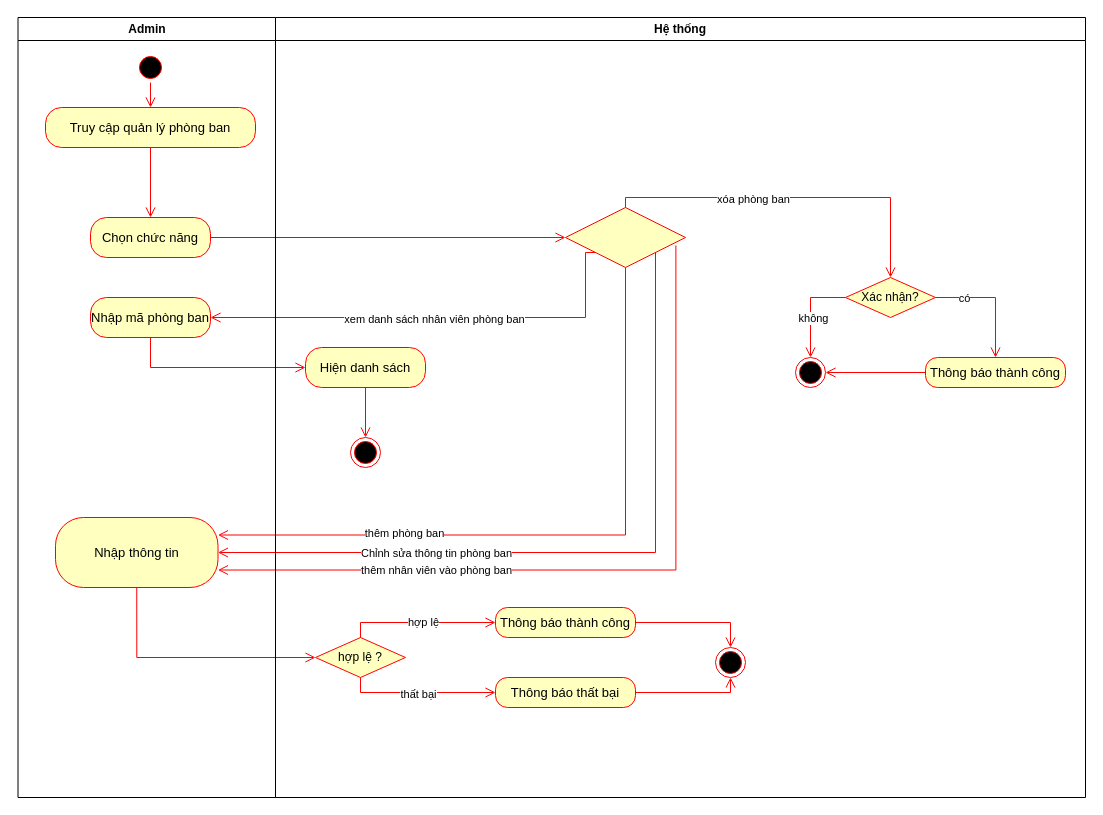
This is QuanlyPhongBanACD.drawio from hoangda24312/Group4-DesigningSystem, a draw.io file, before an edit. Source tidied: cells renumbered, new cells numbered last; positions are measured from the earlier drawing's top-left corner, leaving out a move shared by most shapes. Both pictures are drawn from the tidied source at 100%, with x=0, y=0 at pixel (17, 17).
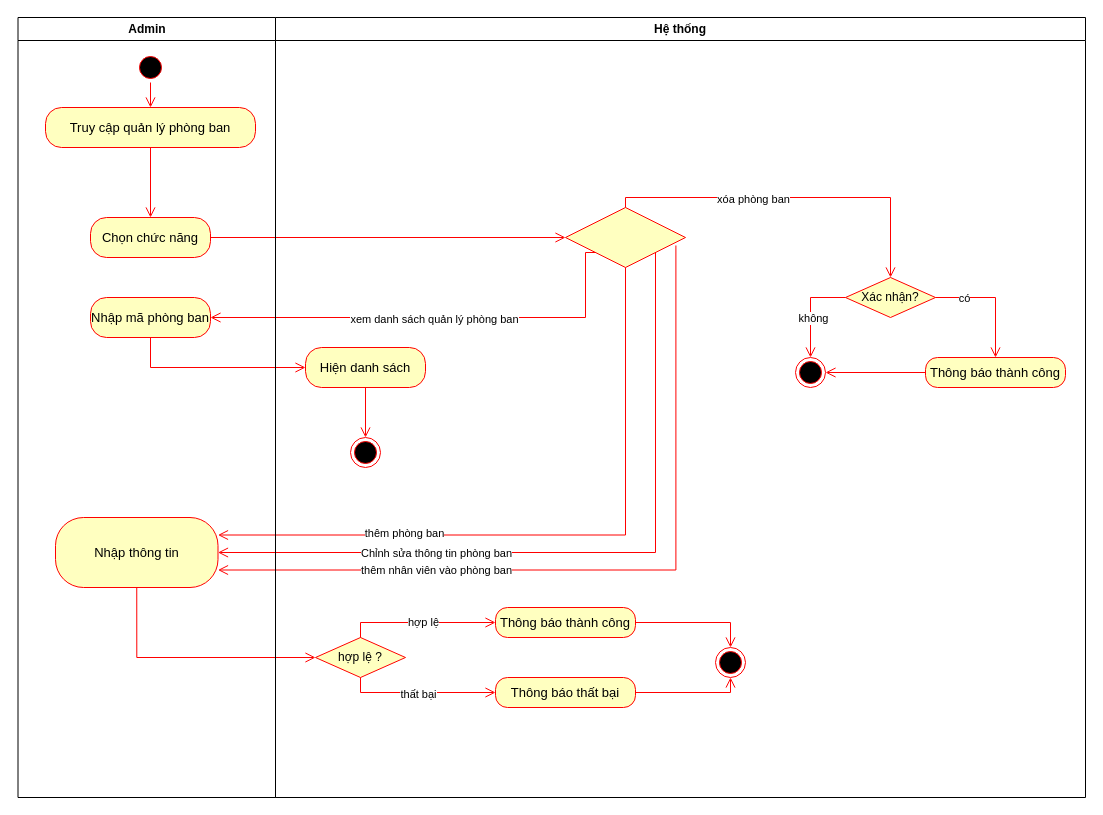
After the change.

The change refers to these unchanged cells:
```xml
<mxCell id="12" style="html=1;verticalAlign=bottom;endArrow=open;endSize=8;strokeColor=#ff0000;rounded=0;exitX=0;exitY=1;exitDx=0;exitDy=0;entryX=1;entryY=0.5;entryDx=0;entryDy=0;edgeStyle=orthogonalEdgeStyle;" parent="1" edge="1" source="7" target="14">
  <mxGeometry relative="1" as="geometry">
    <Array as="points">
      <mxPoint x="568" y="300" />
    </Array>
  </mxGeometry>
</mxCell>
```

Diff of the diagram source:
```diff
@@
-    <mxCell id="13" value="xem danh sách nhân viên phòng ban" style="edgeLabel;html=1;align=center;verticalAlign=middle;" parent="12" vertex="1">
+    <mxCell id="13" value="xem danh sách quản lý phòng ban" style="edgeLabel;html=1;align=center;verticalAlign=middle;" parent="12" vertex="1">
       <mxGeometry x="0.01" y="1" relative="1" as="geometry" />
     </mxCell>
```
